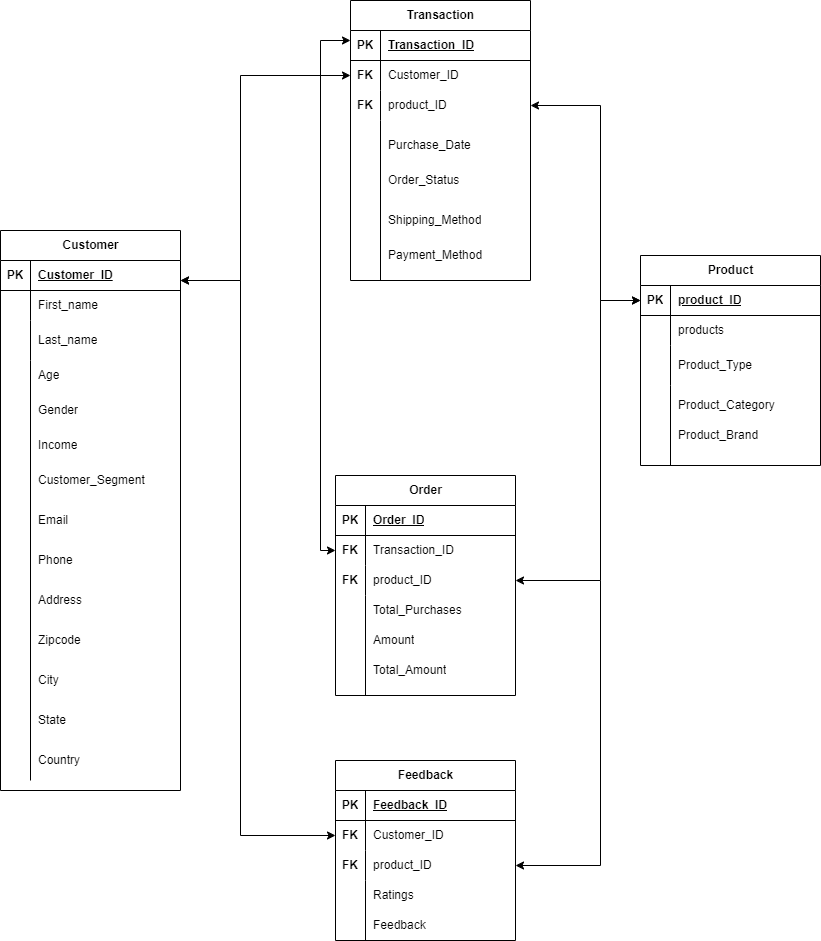
This is Shema Diagram.drawio.png from SBOSE550/Data-Modeling-Project, a draw.io export, as it was before one commit. Source tidied: cells renumbered, new cells last; positions are measured from the earlier drawing's top-left corner, leaving out a move shared by most shapes.
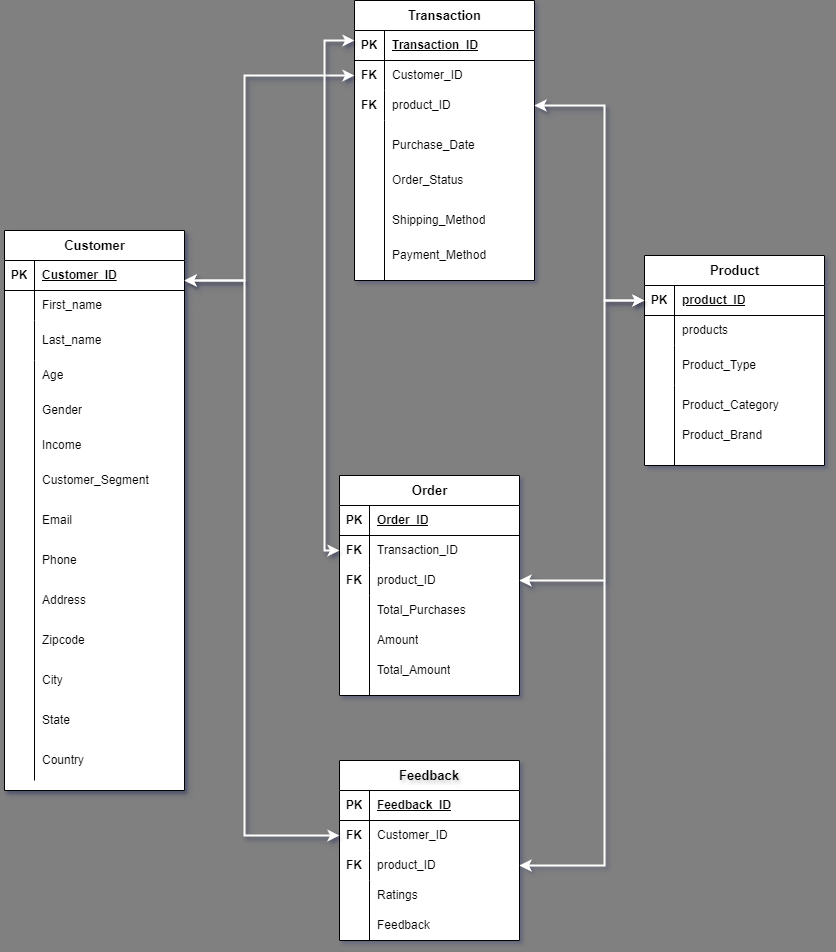
Above is the later version.

What changed in the source:
```diff
@@ -1,8 +1,8 @@
-<mxGraphModel>
+<mxGraphModel background="#808080" shadow="1">
   <root>
     <mxCell id="0" />
     <mxCell id="1" parent="0" />
-    <mxCell id="2" value="Customer" style="shape=table;startSize=30;rowLines=0;fontStyle=1;align=center;html=1;" parent="1" vertex="1">
+    <mxCell id="2" value="Customer" style="shape=table;startSize=30;rowLines=0;fontStyle=1;align=center;html=1;labelBackgroundColor=none;swimlaneFillColor=#FFFFFF;shadow=1;fontColor=default;fontSize=13;" parent="1" vertex="1">
       <mxGeometry y="230" width="180" height="560" as="geometry" />
     </mxCell>
     <mxCell id="3" style="shape=tableRow;horizontal=0;startSize=0;swimlaneHead=0;swimlaneBody=0;fillColor=none;top=0;left=0;right=0;bottom=1;" parent="2" vertex="1">
@@ -86,7 +86,7 @@
     <mxCell id="29" value="Country" style="shape=partialRectangle;fillColor=none;top=0;left=0;bottom=0;right=0;align=left;spacingLeft=6;overflow=hidden;whiteSpace=wrap;html=1;" parent="1" vertex="1">
       <mxGeometry x="30" y="740" width="150" height="40" as="geometry" />
     </mxCell>
-    <mxCell id="30" value="Product" style="shape=table;startSize=30;rowLines=0;fontStyle=1;align=center;html=1;" parent="1" vertex="1">
+    <mxCell id="30" value="Product" style="shape=table;startSize=30;rowLines=0;fontStyle=1;align=center;html=1;swimlaneFillColor=default;fontSize=13;" parent="1" vertex="1">
       <mxGeometry x="640" y="255" width="180" height="210" as="geometry" />
     </mxCell>
     <mxCell id="31" style="shape=tableRow;horizontal=0;startSize=0;swimlaneHead=0;swimlaneBody=0;fillColor=none;top=0;left=0;right=0;bottom=1;" parent="30" vertex="1">
@@ -131,7 +131,7 @@
     <mxCell id="44" value="Product_Brand" style="shape=partialRectangle;fillColor=none;top=0;left=0;bottom=0;right=0;align=left;spacingLeft=6;overflow=hidden;whiteSpace=wrap;html=1;" parent="1" vertex="1">
       <mxGeometry x="670" y="415" width="150" height="40" as="geometry" />
     </mxCell>
-    <mxCell id="45" value="Order" style="shape=table;startSize=30;rowLines=0;fontStyle=1;align=center;html=1;" parent="1" vertex="1">
+    <mxCell id="45" value="Order" style="shape=table;startSize=30;rowLines=0;fontStyle=1;align=center;html=1;swimlaneFillColor=default;fontSize=13;" parent="1" vertex="1">
       <mxGeometry x="335" y="475" width="180" height="220" as="geometry" />
     </mxCell>
     <mxCell id="46" style="shape=tableRow;horizontal=0;startSize=0;swimlaneHead=0;swimlaneBody=0;fillColor=none;top=0;left=0;right=0;bottom=1;" parent="45" vertex="1">
@@ -179,7 +179,7 @@
     <mxCell id="60" value="Total_Amount" style="shape=partialRectangle;fillColor=none;top=0;left=0;bottom=0;right=0;align=left;spacingLeft=6;overflow=hidden;whiteSpace=wrap;html=1;" parent="1" vertex="1">
       <mxGeometry x="365" y="655" width="150" height="30" as="geometry" />
     </mxCell>
-    <mxCell id="61" value="Transaction" style="shape=table;startSize=30;rowLines=0;fontStyle=1;align=center;html=1;" parent="1" vertex="1">
+    <mxCell id="61" value="Transaction" style="shape=table;startSize=30;rowLines=0;fontStyle=1;align=center;html=1;labelBackgroundColor=none;swimlaneFillColor=default;fontSize=13;" parent="1" vertex="1">
       <mxGeometry x="350" width="180" height="280" as="geometry" />
     </mxCell>
     <mxCell id="62" style="shape=tableRow;horizontal=0;startSize=0;swimlaneHead=0;swimlaneBody=0;fillColor=none;top=0;left=0;right=0;bottom=1;" parent="61" vertex="1">
@@ -218,7 +218,7 @@
     <mxCell id="73" style="shape=partialRectangle;fillColor=none;top=0;left=0;bottom=0;right=0;align=left;spacingLeft=6;overflow=hidden;whiteSpace=wrap;html=1;" parent="71" vertex="1">
       <mxGeometry x="30" width="150" height="160" as="geometry" />
     </mxCell>
-    <mxCell id="74" value="Purchase_Date" style="shape=partialRectangle;fillColor=none;top=0;left=0;bottom=0;right=0;align=left;spacingLeft=6;overflow=hidden;whiteSpace=wrap;html=1;" parent="1" vertex="1">
+    <mxCell id="74" value="Purchase_Date" style="shape=partialRectangle;fillColor=none;top=0;left=0;bottom=0;right=0;align=left;spacingLeft=6;overflow=hidden;whiteSpace=wrap;html=1;labelBackgroundColor=none;labelBorderColor=none;strokeColor=default;" parent="1" vertex="1">
       <mxGeometry x="380" y="130" width="150" height="30" as="geometry" />
     </mxCell>
     <mxCell id="75" value="Order_Status" style="shape=partialRectangle;fillColor=none;top=0;left=0;bottom=0;right=0;align=left;spacingLeft=6;overflow=hidden;whiteSpace=wrap;html=1;" parent="1" vertex="1">
@@ -230,7 +230,7 @@
     <mxCell id="77" value="Payment_Method" style="shape=partialRectangle;fillColor=none;top=0;left=0;bottom=0;right=0;align=left;spacingLeft=6;overflow=hidden;whiteSpace=wrap;html=1;" parent="1" vertex="1">
       <mxGeometry x="380" y="240" width="150" height="30" as="geometry" />
     </mxCell>
-    <mxCell id="78" value="Feedback" style="shape=table;startSize=30;rowLines=0;fontStyle=1;align=center;html=1;" parent="1" vertex="1">
+    <mxCell id="78" value="Feedback" style="shape=table;startSize=30;rowLines=0;fontStyle=1;align=center;html=1;swimlaneFillColor=default;fontSize=13;labelBackgroundColor=none;labelBorderColor=none;textShadow=1;whiteSpace=wrap;" parent="1" vertex="1">
       <mxGeometry x="335" y="760" width="180" height="180" as="geometry" />
     </mxCell>
     <mxCell id="79" style="shape=tableRow;horizontal=0;startSize=0;swimlaneHead=0;swimlaneBody=0;fillColor=none;top=0;left=0;right=0;bottom=1;" parent="78" vertex="1">
@@ -275,7 +275,7 @@
     <mxCell id="92" value="Ratings" style="shape=partialRectangle;fillColor=none;top=0;left=0;bottom=0;right=0;align=left;spacingLeft=6;overflow=hidden;whiteSpace=wrap;html=1;" parent="1" vertex="1">
       <mxGeometry x="365" y="880" width="150" height="30" as="geometry" />
     </mxCell>
-    <mxCell id="93" style="endArrow=classic;startArrow=classic;html=1;rounded=0;entryX=1;entryY=0.5;entryDx=0;entryDy=0;" parent="1" edge="1" target="68">
+    <mxCell id="93" style="endArrow=classic;startArrow=classic;html=1;rounded=0;entryX=1;entryY=0.5;entryDx=0;entryDy=0;strokeColor=#FFFFFF;strokeWidth=2;flowAnimation=0;shadow=1;" parent="1" edge="1" target="68">
       <mxGeometry relative="1" as="geometry">
         <mxPoint x="640" y="300" as="sourcePoint" />
         <Array as="points">
@@ -284,7 +284,7 @@
         </Array>
       </mxGeometry>
     </mxCell>
-    <mxCell id="94" style="endArrow=classic;startArrow=classic;html=1;rounded=0;entryX=0;entryY=0.5;entryDx=0;entryDy=0;" parent="1" edge="1" target="65">
+    <mxCell id="94" style="endArrow=classic;startArrow=classic;html=1;rounded=0;entryX=0;entryY=0.5;entryDx=0;entryDy=0;strokeColor=#FFFFFF;strokeWidth=2;shadow=1;" parent="1" edge="1" target="65">
       <mxGeometry relative="1" as="geometry">
         <mxPoint x="180" y="280" as="sourcePoint" />
         <Array as="points">
@@ -293,7 +293,7 @@
         </Array>
       </mxGeometry>
     </mxCell>
-    <mxCell id="95" style="endArrow=classic;startArrow=classic;html=1;rounded=0;exitX=1;exitY=0.5;exitDx=0;exitDy=0;" parent="1" edge="1" source="52">
+    <mxCell id="95" style="endArrow=classic;startArrow=classic;html=1;rounded=0;exitX=1;exitY=0.5;exitDx=0;exitDy=0;strokeColor=#FFFFFF;strokeWidth=2;shadow=1;" parent="1" edge="1" source="52">
       <mxGeometry relative="1" as="geometry">
         <mxPoint x="640" y="300" as="targetPoint" />
         <Array as="points">
@@ -302,7 +302,7 @@
         </Array>
       </mxGeometry>
     </mxCell>
-    <mxCell id="96" style="endArrow=classic;startArrow=classic;html=1;rounded=0;entryX=0;entryY=0.5;entryDx=0;entryDy=0;" parent="1" edge="1" target="82">
+    <mxCell id="96" style="endArrow=classic;startArrow=classic;html=1;rounded=0;entryX=0;entryY=0.5;entryDx=0;entryDy=0;strokeColor=#FFFFFF;strokeWidth=2;shadow=1;" parent="1" edge="1" target="82">
       <mxGeometry relative="1" as="geometry">
         <mxPoint x="180" y="280" as="sourcePoint" />
         <Array as="points">
@@ -311,7 +311,7 @@
         </Array>
       </mxGeometry>
     </mxCell>
-    <mxCell id="97" style="endArrow=classic;html=1;rounded=0;entryX=1;entryY=0.5;entryDx=0;entryDy=0;" parent="1" edge="1" target="85">
+    <mxCell id="97" style="endArrow=classic;html=1;rounded=0;entryX=1;entryY=0.5;entryDx=0;entryDy=0;strokeColor=#FFFFFF;strokeWidth=2;" parent="1" edge="1" target="85">
       <mxGeometry relative="1" as="geometry">
         <mxPoint x="600" y="580" as="sourcePoint" />
         <Array as="points">
@@ -319,7 +319,7 @@
         </Array>
       </mxGeometry>
     </mxCell>
-    <mxCell id="98" style="endArrow=classic;startArrow=classic;html=1;rounded=0;exitX=0;exitY=0.5;exitDx=0;exitDy=0;" parent="1" edge="1" source="49">
+    <mxCell id="98" style="endArrow=classic;startArrow=classic;html=1;rounded=0;exitX=0;exitY=0.5;exitDx=0;exitDy=0;strokeColor=#FFFFFF;strokeWidth=2;shadow=1;flowAnimation=0;" parent="1" edge="1" source="49">
       <mxGeometry relative="1" as="geometry">
         <mxPoint x="350" y="40" as="targetPoint" />
         <Array as="points">
```
